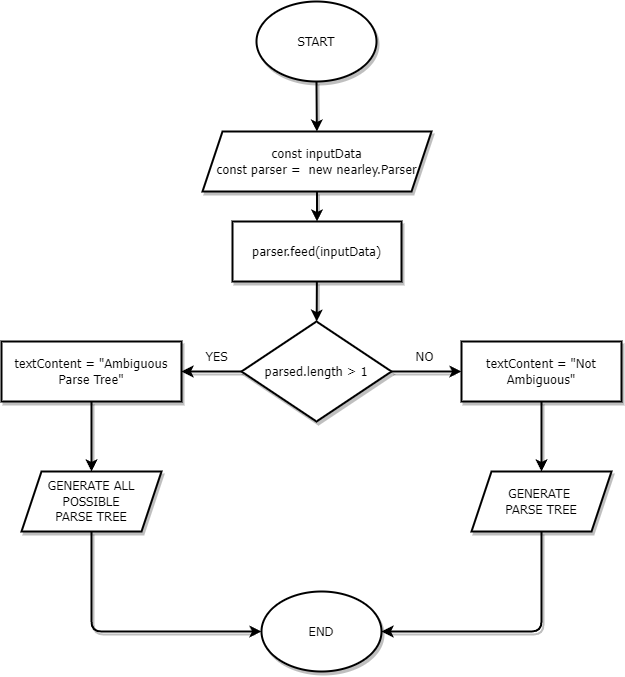
This is flowchart.png from erwnjshb/parse-tree-generator, a draw.io export, as it was before one commit. Source tidied: cells renumbered, new cells last; positions are measured from the earlier drawing's top-left corner, leaving out a move shared by most shapes.
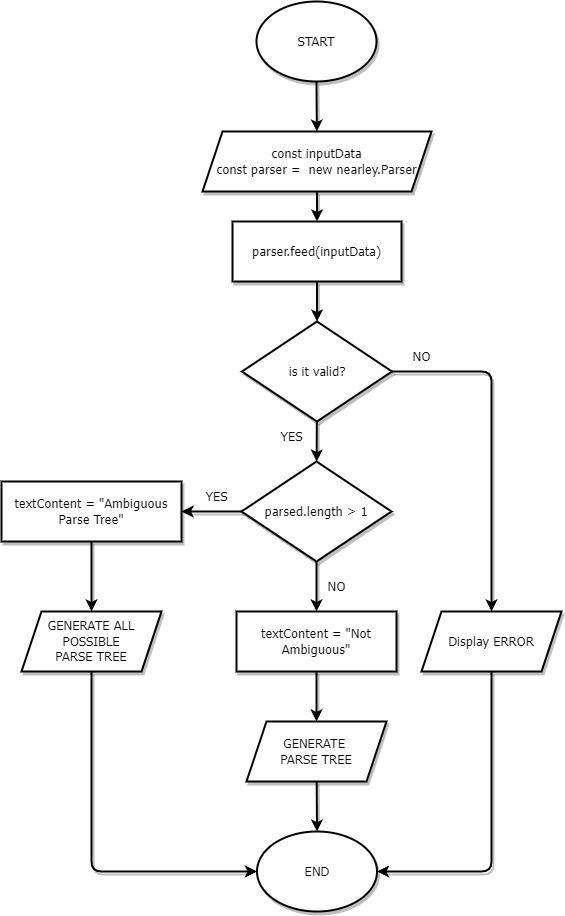
The same file after the commit.

Diff of the diagram source:
```diff
@@ -6,18 +6,18 @@
       <mxGeometry relative="1" as="geometry" />
     </mxCell>
     <mxCell id="3" value="START" style="ellipse;whiteSpace=wrap;html=1;strokeWidth=2;fontStyle=0;fontFamily=Tahoma;fontSize=13;labelBackgroundColor=none;labelBorderColor=none;shadow=1;" parent="1" vertex="1">
-      <mxGeometry x="255" width="120" height="80" as="geometry" />
+      <mxGeometry x="255" y="-140" width="120" height="80" as="geometry" />
     </mxCell>
     <mxCell id="4" style="edgeStyle=none;html=1;entryX=0.5;entryY=0;entryDx=0;entryDy=0;strokeWidth=2;fontStyle=0;fontFamily=Tahoma;fontSize=13;labelBackgroundColor=none;labelBorderColor=none;shadow=1;" parent="1" edge="1" source="5" target="13">
       <mxGeometry relative="1" as="geometry" />
     </mxCell>
     <mxCell id="5" value="const inputData&lt;br style=&quot;font-size: 13px;&quot;&gt;const parser =&amp;nbsp; new nearley.Parser" style="shape=parallelogram;perimeter=parallelogramPerimeter;whiteSpace=wrap;html=1;fixedSize=1;strokeWidth=2;fontStyle=0;fontFamily=Tahoma;fontSize=13;labelBackgroundColor=none;labelBorderColor=none;shadow=1;" parent="1" vertex="1">
-      <mxGeometry x="201" y="130" width="229" height="60" as="geometry" />
+      <mxGeometry x="201" y="-10" width="229" height="60" as="geometry" />
     </mxCell>
     <mxCell id="6" style="edgeStyle=none;html=1;strokeWidth=2;fontStyle=0;fontFamily=Tahoma;fontSize=13;labelBackgroundColor=none;labelBorderColor=none;shadow=1;" parent="1" edge="1" source="8" target="10">
       <mxGeometry relative="1" as="geometry" />
     </mxCell>
-    <mxCell id="7" style="edgeStyle=none;html=1;strokeWidth=2;fontStyle=0;fontFamily=Tahoma;fontSize=13;labelBackgroundColor=none;labelBorderColor=none;shadow=1;" parent="1" edge="1" source="8" target="18">
+    <mxCell id="7" style="edgeStyle=none;sketch=0;html=1;shadow=1;labelBackgroundColor=none;labelBorderColor=none;strokeWidth=2;fontFamily=Tahoma;fontSize=13;" parent="1" edge="1" source="8" target="18">
       <mxGeometry relative="1" as="geometry" />
     </mxCell>
     <mxCell id="8" value="parsed.length &amp;gt; 1" style="rhombus;whiteSpace=wrap;html=1;rounded=0;shadow=1;strokeWidth=2;fontStyle=0;fontFamily=Tahoma;fontSize=13;labelBackgroundColor=none;labelBorderColor=none;" parent="1" vertex="1">
@@ -30,16 +30,16 @@
       <mxGeometry y="340" width="180" height="60" as="geometry" />
     </mxCell>
     <mxCell id="11" value="END" style="ellipse;whiteSpace=wrap;html=1;strokeWidth=2;fontStyle=0;fontFamily=Tahoma;fontSize=13;labelBackgroundColor=none;labelBorderColor=none;shadow=1;" parent="1" vertex="1">
-      <mxGeometry x="260" y="590" width="120" height="80" as="geometry" />
+      <mxGeometry x="255.5" y="690" width="120" height="80" as="geometry" />
     </mxCell>
-    <mxCell id="12" style="edgeStyle=none;html=1;strokeWidth=2;fontStyle=0;fontFamily=Tahoma;fontSize=13;labelBackgroundColor=none;labelBorderColor=none;shadow=1;" parent="1" edge="1" source="13" target="8">
-      <mxGeometry relative="1" as="geometry" />
-    </mxCell>
+    <mxCell id="22" style="edgeStyle=none;sketch=0;html=1;shadow=1;labelBackgroundColor=none;labelBorderColor=none;strokeWidth=2;fontFamily=Tahoma;fontSize=13;entryX=0.5;entryY=0;entryDx=0;entryDy=0;" parent="1" edge="1" source="13" target="25">
+      <mxGeometry relative="1" as="geometry" />
+    </mxCell>
     <mxCell id="13" value="parser.feed(inputData)" style="rounded=0;whiteSpace=wrap;html=1;strokeWidth=2;fontStyle=0;fontFamily=Tahoma;fontSize=13;labelBackgroundColor=none;labelBorderColor=none;shadow=1;" parent="1" vertex="1">
-      <mxGeometry x="231" y="220" width="169" height="60" as="geometry" />
+      <mxGeometry x="231" y="80" width="169" height="60" as="geometry" />
     </mxCell>
     <mxCell id="14" value="NO" style="text;html=1;align=center;verticalAlign=middle;strokeWidth=2;fontStyle=0;fontFamily=Tahoma;fontSize=13;labelBackgroundColor=none;labelBorderColor=none;shadow=1;" parent="1" vertex="1">
-      <mxGeometry x="403" y="340" width="40" height="30" as="geometry" />
+      <mxGeometry x="315" y="430" width="40" height="30" as="geometry" />
     </mxCell>
     <mxCell id="15" value="YES" style="text;html=1;align=center;verticalAlign=middle;strokeWidth=2;fontStyle=0;fontFamily=Tahoma;fontSize=13;labelBackgroundColor=none;labelBorderColor=none;shadow=1;" parent="1" vertex="1">
       <mxGeometry x="190" y="340" width="50" height="30" as="geometry" />
@@ -47,7 +47,7 @@
     <mxCell id="16" style="edgeStyle=none;html=1;entryX=0;entryY=0.5;entryDx=0;entryDy=0;exitX=0.5;exitY=1;exitDx=0;exitDy=0;strokeWidth=2;fontStyle=0;fontFamily=Tahoma;fontSize=13;labelBackgroundColor=none;labelBorderColor=none;shadow=1;" parent="1" edge="1" source="19" target="11">
       <mxGeometry relative="1" as="geometry">
         <Array as="points">
-          <mxPoint x="90" y="630" />
+          <mxPoint x="90" y="730" />
         </Array>
       </mxGeometry>
     </mxCell>
@@ -55,20 +55,45 @@
       <mxGeometry relative="1" as="geometry" />
     </mxCell>
     <mxCell id="18" value="textContent = &quot;Not Ambiguous&lt;span style=&quot;font-size: 13px;&quot;&gt;&quot;&lt;/span&gt;" style="rounded=0;whiteSpace=wrap;html=1;strokeWidth=2;fontStyle=0;fontFamily=Tahoma;fontSize=13;labelBackgroundColor=none;labelBorderColor=none;shadow=1;" parent="1" vertex="1">
-      <mxGeometry x="460" y="340" width="160" height="60" as="geometry" />
+      <mxGeometry x="235" y="470" width="160" height="60" as="geometry" />
     </mxCell>
     <mxCell id="19" value="GENERATE ALL POSSIBLE &lt;br style=&quot;font-size: 13px;&quot;&gt;PARSE TREE" style="shape=parallelogram;perimeter=parallelogramPerimeter;whiteSpace=wrap;html=1;fixedSize=1;rounded=0;shadow=1;strokeWidth=2;fontStyle=0;fontFamily=Tahoma;fontSize=13;labelBackgroundColor=none;labelBorderColor=none;" parent="1" vertex="1">
       <mxGeometry x="20" y="470" width="140" height="60" as="geometry" />
     </mxCell>
-    <mxCell id="20" style="edgeStyle=none;html=1;exitX=0.5;exitY=1;exitDx=0;exitDy=0;entryX=1;entryY=0.5;entryDx=0;entryDy=0;strokeWidth=2;fontStyle=0;fontFamily=Tahoma;fontSize=13;labelBackgroundColor=none;labelBorderColor=none;shadow=1;" parent="1" edge="1" source="21" target="11">
-      <mxGeometry relative="1" as="geometry">
-        <Array as="points">
-          <mxPoint x="540" y="630" />
-        </Array>
-      </mxGeometry>
+    <mxCell id="20" style="edgeStyle=none;sketch=0;html=1;shadow=1;labelBackgroundColor=none;labelBorderColor=none;strokeWidth=2;fontFamily=Tahoma;fontSize=13;" parent="1" edge="1" source="21" target="11">
+      <mxGeometry relative="1" as="geometry" />
     </mxCell>
     <mxCell id="21" value="GENERATE&amp;nbsp;&lt;br style=&quot;font-size: 13px;&quot;&gt;PARSE TREE" style="shape=parallelogram;perimeter=parallelogramPerimeter;whiteSpace=wrap;html=1;fixedSize=1;rounded=0;shadow=1;strokeWidth=2;fontStyle=0;fontFamily=Tahoma;fontSize=13;labelBackgroundColor=none;labelBorderColor=none;" parent="1" vertex="1">
-      <mxGeometry x="470" y="470" width="140" height="60" as="geometry" />
+      <mxGeometry x="245" y="580" width="140" height="60" as="geometry" />
     </mxCell>
+    <mxCell id="23" style="edgeStyle=none;sketch=0;html=1;shadow=1;labelBackgroundColor=none;labelBorderColor=none;strokeWidth=2;fontFamily=Tahoma;fontSize=13;" parent="1" edge="1" source="25" target="8">
+      <mxGeometry relative="1" as="geometry" />
+    </mxCell>
+    <mxCell id="24" style="edgeStyle=none;sketch=0;html=1;exitX=1;exitY=0.5;exitDx=0;exitDy=0;entryX=0.5;entryY=0;entryDx=0;entryDy=0;shadow=1;labelBackgroundColor=none;labelBorderColor=none;strokeWidth=2;fontFamily=Tahoma;fontSize=13;" parent="1" edge="1" source="25" target="29">
+      <mxGeometry relative="1" as="geometry">
+        <Array as="points">
+          <mxPoint x="490" y="230" />
+        </Array>
+      </mxGeometry>
+    </mxCell>
+    <mxCell id="25" value="is it valid?" style="rhombus;whiteSpace=wrap;html=1;rounded=0;shadow=1;strokeWidth=2;fontStyle=0;fontFamily=Tahoma;fontSize=13;labelBackgroundColor=none;labelBorderColor=none;" parent="1" vertex="1">
+      <mxGeometry x="240.5" y="180" width="150" height="100" as="geometry" />
+    </mxCell>
+    <mxCell id="26" value="YES" style="text;html=1;align=center;verticalAlign=middle;strokeWidth=2;fontStyle=0;fontFamily=Tahoma;fontSize=13;labelBackgroundColor=none;labelBorderColor=none;shadow=1;" parent="1" vertex="1">
+      <mxGeometry x="265" y="280" width="50" height="30" as="geometry" />
+    </mxCell>
+    <mxCell id="27" value="NO" style="text;html=1;align=center;verticalAlign=middle;strokeWidth=2;fontStyle=0;fontFamily=Tahoma;fontSize=13;labelBackgroundColor=none;labelBorderColor=none;shadow=1;" parent="1" vertex="1">
+      <mxGeometry x="400" y="200" width="40" height="30" as="geometry" />
+    </mxCell>
+    <mxCell id="28" style="edgeStyle=none;sketch=0;html=1;exitX=0.5;exitY=1;exitDx=0;exitDy=0;entryX=1;entryY=0.5;entryDx=0;entryDy=0;shadow=1;labelBackgroundColor=none;labelBorderColor=none;strokeWidth=2;fontFamily=Tahoma;fontSize=13;" parent="1" edge="1" source="29" target="11">
+      <mxGeometry relative="1" as="geometry">
+        <Array as="points">
+          <mxPoint x="490" y="730" />
+        </Array>
+      </mxGeometry>
+    </mxCell>
+    <mxCell id="29" value="Display ERROR" style="shape=parallelogram;perimeter=parallelogramPerimeter;whiteSpace=wrap;html=1;fixedSize=1;rounded=0;shadow=1;strokeWidth=2;fontStyle=0;fontFamily=Tahoma;fontSize=13;labelBackgroundColor=none;labelBorderColor=none;" parent="1" vertex="1">
+      <mxGeometry x="420" y="470" width="140" height="60" as="geometry" />
+    </mxCell>
   </root>
 </mxGraphModel>
```
